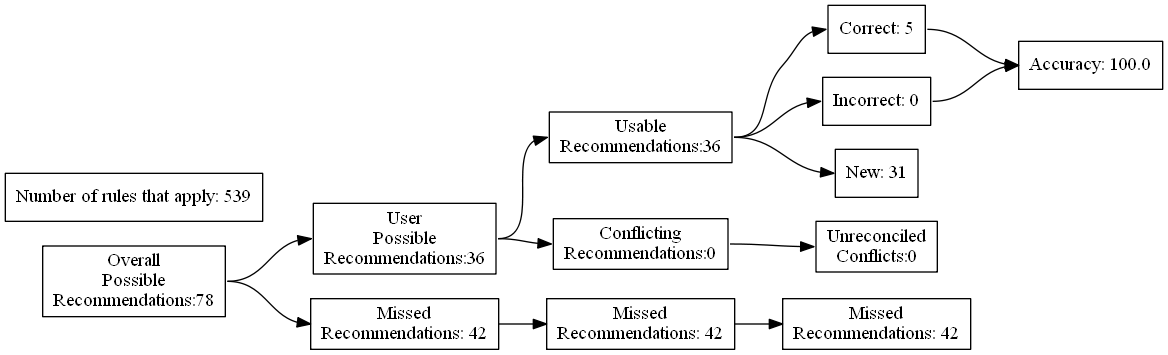
This is test_renders/75.gv.png from ZaxR/ibd_diet_analysis, a Graphviz export, as it was before one commit. Its source is kept beside it as test_renders/75.gv.
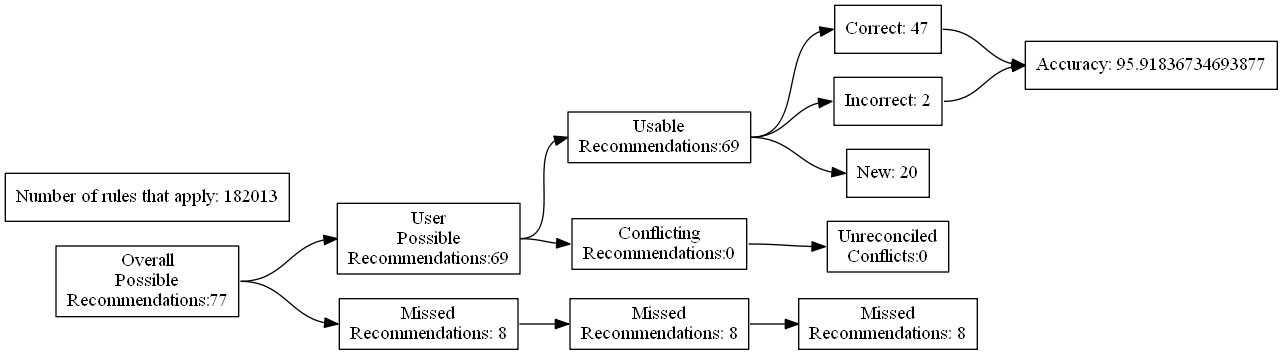
After the change.

The edit, as a diff of the source:
```diff
@@ -4,27 +4,27 @@
 	edge [headport=w tailport=e]
 		A [label="Overall
 Possible
-Recommendations:78"]
+Recommendations:77"]
 		B [label="User
 Possible
-Recommendations:36"]
+Recommendations:69"]
 		C [label="Missed
-Recommendations: 42"]
+Recommendations: 8"]
 		D [label="Usable
-Recommendations:36"]
+Recommendations:69"]
 		E [label="Conflicting
 Recommendations:0"]
 		J [label="Missed
-Recommendations: 42"]
+Recommendations: 8"]
 		M [label="Unreconciled
 Conflicts:0"]
-		F [label="Correct: 5"]
-		G [label="Incorrect: 0"]
-		H [label="New: 31"]
+		F [label="Correct: 47"]
+		G [label="Incorrect: 2"]
+		H [label="New: 20"]
 		K [label="Missed
-Recommendations: 42"]
-		I [label="Accuracy: 100.0"]
-		l [label="Number of rules that apply: 539"]
+Recommendations: 8"]
+		I [label="Accuracy: 95.91836734693877"]
+		l [label="Number of rules that apply: 182013"]
 			A -> B
 			A -> C
 			B -> D
```
